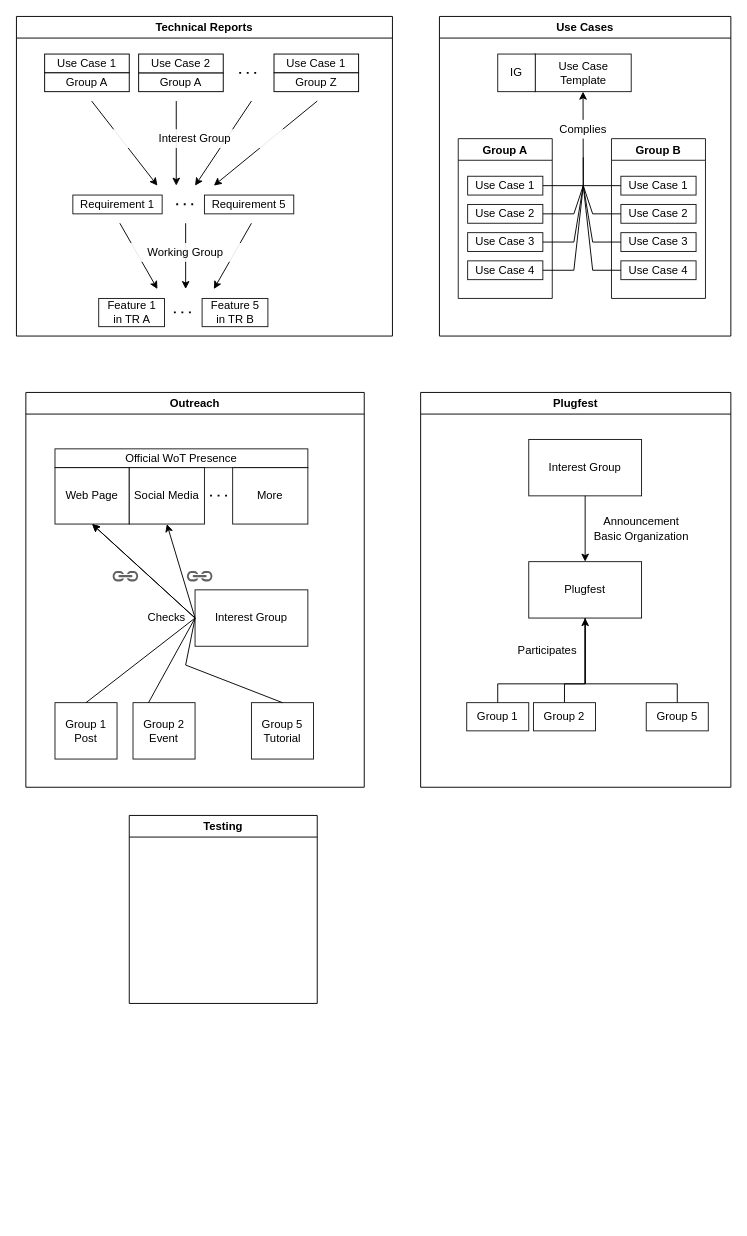
Before: images/wot-groups-relationship.drawio in w3c/wot-charter-drafts, a draw.io diagram. Source tidied: cells renumbered, new cells numbered last; positions are measured from the earlier drawing's top-left corner, leaving out a move shared by most shapes. Both pictures are drawn from the tidied source at 94%, with x=0, y=0 at pixel (16, 16).
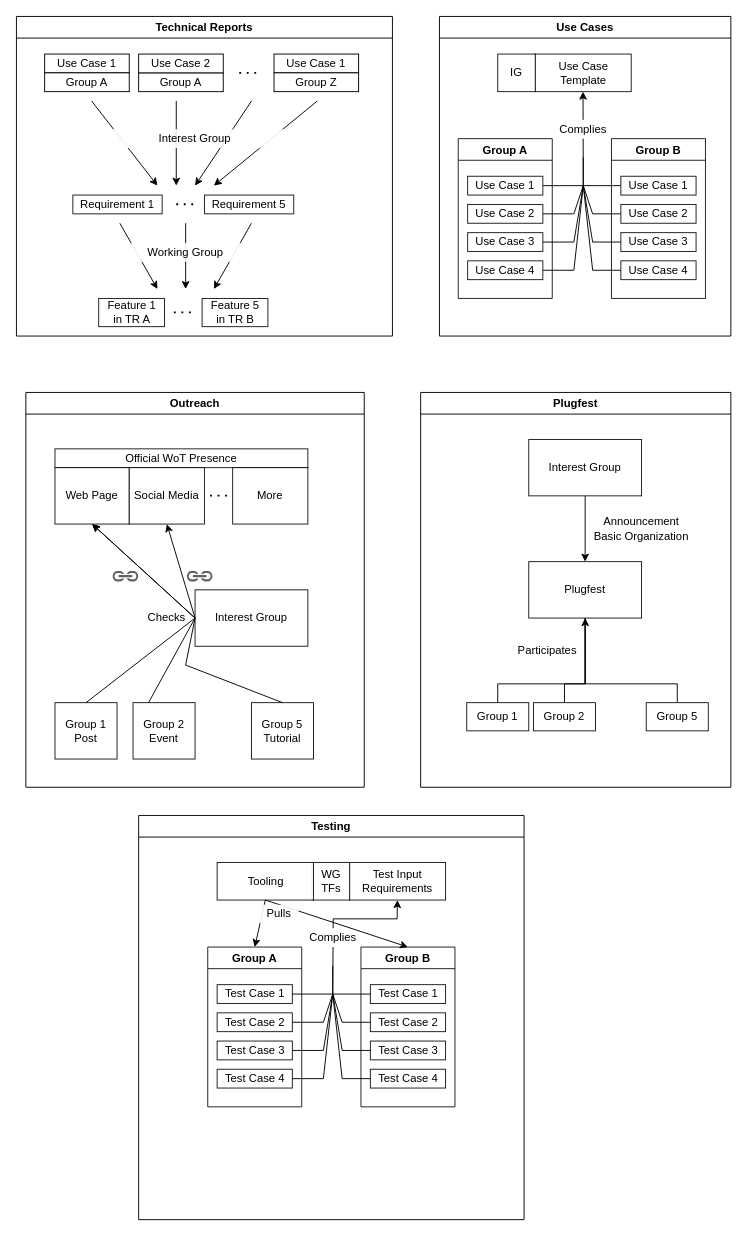
After the change.

Commit message (it also covers changes not shown here):
update image to include testing

Change to the diagram source:
```diff
@@
     <mxCell id="80" value="Testing" style="swimlane;" parent="1" vertex="1">
-      <mxGeometry x="120" y="850" width="200" height="200" as="geometry" />
+      <mxGeometry x="130" y="850" width="410" height="430" as="geometry" />
     </mxCell>
+    <mxCell id="81" style="group;" parent="80" vertex="1">
+      <mxGeometry x="184.5" y="50" width="142" height="40" as="geometry" />
+    </mxCell>
+    <mxCell id="82" value="Test Input Requirements" style="rounded=0;whiteSpace=wrap;html=1;opacity=90;" parent="81" vertex="1">
+      <mxGeometry x="39.5" width="102.5" height="40" as="geometry" />
+    </mxCell>
+    <mxCell id="83" value="WG&lt;br&gt;TFs" style="rounded=0;whiteSpace=wrap;html=1;opacity=90;" parent="81" vertex="1">
+      <mxGeometry width="40" height="40" as="geometry" />
+    </mxCell>
+    <mxCell id="84" value="Test Case 1" style="rounded=0;whiteSpace=wrap;html=1;opacity=90;" parent="80" vertex="1">
+      <mxGeometry x="83.5" y="180" width="80" height="20" as="geometry" />
+    </mxCell>
+    <mxCell id="85" style="endArrow=classic;html=1;rounded=0;exitX=1;exitY=0.5;exitDx=0;exitDy=0;entryX=0.5;entryY=1;entryDx=0;entryDy=0;" parent="80" edge="1" source="84" target="82">
+      <mxGeometry relative="1" as="geometry">
+        <Array as="points">
+          <mxPoint x="206.5" y="190" />
+          <mxPoint x="207" y="110" />
+          <mxPoint x="275" y="110" />
+        </Array>
+      </mxGeometry>
+    </mxCell>
+    <mxCell id="86" value="Test&amp;nbsp;Case 2" style="rounded=0;whiteSpace=wrap;html=1;opacity=90;" parent="80" vertex="1">
+      <mxGeometry x="83.5" y="210" width="80" height="20" as="geometry" />
+    </mxCell>
+    <mxCell id="87" value="Test&amp;nbsp;Case 3" style="rounded=0;whiteSpace=wrap;html=1;opacity=90;" parent="80" vertex="1">
+      <mxGeometry x="83.5" y="240" width="80" height="20" as="geometry" />
+    </mxCell>
+    <mxCell id="88" value="Test&amp;nbsp;Case 4" style="rounded=0;whiteSpace=wrap;html=1;opacity=90;" parent="80" vertex="1">
+      <mxGeometry x="83.5" y="270" width="80" height="20" as="geometry" />
+    </mxCell>
+    <mxCell id="89" value="Group A" style="swimlane;opacity=90;" parent="80" vertex="1">
+      <mxGeometry x="73.5" y="140" width="100" height="170" as="geometry" />
+    </mxCell>
+    <mxCell id="90" style="endArrow=none;html=1;rounded=0;exitX=1;exitY=0.5;exitDx=0;exitDy=0;endFill=0;" parent="89" edge="1">
+      <mxGeometry relative="1" as="geometry">
+        <mxPoint x="90" y="80" as="sourcePoint" />
+        <mxPoint x="133" y="50" as="targetPoint" />
+        <Array as="points">
+          <mxPoint x="123" y="80" />
+        </Array>
+      </mxGeometry>
+    </mxCell>
+    <mxCell id="91" style="endArrow=none;html=1;rounded=0;exitX=1;exitY=0.5;exitDx=0;exitDy=0;endFill=0;" parent="80" edge="1">
+      <mxGeometry relative="1" as="geometry">
+        <mxPoint x="163.5" y="250" as="sourcePoint" />
+        <mxPoint x="206.5" y="190" as="targetPoint" />
+        <Array as="points">
+          <mxPoint x="196.5" y="250" />
+        </Array>
+      </mxGeometry>
+    </mxCell>
+    <mxCell id="92" style="endArrow=none;html=1;rounded=0;exitX=1;exitY=0.5;exitDx=0;exitDy=0;endFill=0;" parent="80" edge="1">
+      <mxGeometry relative="1" as="geometry">
+        <mxPoint x="163.5" y="280" as="sourcePoint" />
+        <mxPoint x="206.5" y="190" as="targetPoint" />
+        <Array as="points">
+          <mxPoint x="196.5" y="280" />
+        </Array>
+      </mxGeometry>
+    </mxCell>
+    <mxCell id="93" value="Complies" style="text;html=1;align=center;verticalAlign=middle;whiteSpace=wrap;rounded=0;fillColor=default;" parent="80" vertex="1">
+      <mxGeometry x="176.5" y="120" width="60" height="20" as="geometry" />
+    </mxCell>
+    <mxCell id="94" value="Test&amp;nbsp;Case 1" style="rounded=0;whiteSpace=wrap;html=1;opacity=90;" parent="80" vertex="1">
+      <mxGeometry x="246.5" y="180" width="80" height="20" as="geometry" />
+    </mxCell>
+    <mxCell id="95" value="Test&amp;nbsp;Case 2" style="rounded=0;whiteSpace=wrap;html=1;opacity=90;" parent="80" vertex="1">
+      <mxGeometry x="246.5" y="210" width="80" height="20" as="geometry" />
+    </mxCell>
+    <mxCell id="96" value="Test&amp;nbsp;Case 3" style="rounded=0;whiteSpace=wrap;html=1;opacity=90;" parent="80" vertex="1">
+      <mxGeometry x="246.5" y="240" width="80" height="20" as="geometry" />
+    </mxCell>
+    <mxCell id="97" value="Test&amp;nbsp;Case 4" style="rounded=0;whiteSpace=wrap;html=1;opacity=90;" parent="80" vertex="1">
+      <mxGeometry x="246.5" y="270" width="80" height="20" as="geometry" />
+    </mxCell>
+    <mxCell id="98" value="Group B" style="swimlane;opacity=90;" parent="80" vertex="1">
+      <mxGeometry x="236.5" y="140" width="100" height="170" as="geometry" />
+    </mxCell>
+    <mxCell id="99" style="endArrow=none;html=1;rounded=0;exitX=1;exitY=0.5;exitDx=0;exitDy=0;endFill=0;" parent="98" edge="1">
+      <mxGeometry relative="1" as="geometry">
+        <mxPoint x="10" y="50" as="sourcePoint" />
+        <mxPoint x="-30" y="20" as="targetPoint" />
+        <Array as="points">
+          <mxPoint x="-30" y="50" />
+        </Array>
+      </mxGeometry>
+    </mxCell>
+    <mxCell id="100" style="endArrow=none;html=1;rounded=0;exitX=1;exitY=0.5;exitDx=0;exitDy=0;endFill=0;" parent="80" edge="1">
+      <mxGeometry relative="1" as="geometry">
+        <mxPoint x="246.5" y="220" as="sourcePoint" />
+        <mxPoint x="206.5" y="190" as="targetPoint" />
+        <Array as="points">
+          <mxPoint x="216.5" y="220" />
+        </Array>
+      </mxGeometry>
+    </mxCell>
+    <mxCell id="101" style="endArrow=none;html=1;rounded=0;exitX=1;exitY=0.5;exitDx=0;exitDy=0;endFill=0;" parent="80" edge="1">
+      <mxGeometry relative="1" as="geometry">
+        <mxPoint x="246.5" y="250" as="sourcePoint" />
+        <mxPoint x="206.5" y="190" as="targetPoint" />
+        <Array as="points">
+          <mxPoint x="216.5" y="250" />
+        </Array>
+      </mxGeometry>
+    </mxCell>
+    <mxCell id="102" style="endArrow=none;html=1;rounded=0;exitX=1;exitY=0.5;exitDx=0;exitDy=0;endFill=0;" parent="80" edge="1">
+      <mxGeometry relative="1" as="geometry">
+        <mxPoint x="246.5" y="280" as="sourcePoint" />
+        <mxPoint x="206.5" y="190" as="targetPoint" />
+        <Array as="points">
+          <mxPoint x="216.5" y="280" />
+        </Array>
+      </mxGeometry>
+    </mxCell>
+    <mxCell id="103" value="Tooling" style="rounded=0;whiteSpace=wrap;html=1;opacity=90;" parent="80" vertex="1">
+      <mxGeometry x="83.5" y="50" width="102.5" height="40" as="geometry" />
+    </mxCell>
+    <mxCell id="104" style="endArrow=classic;html=1;rounded=0;entryX=0.5;entryY=0;entryDx=0;entryDy=0;exitX=0.5;exitY=1;exitDx=0;exitDy=0;" parent="80" edge="1" source="103" target="89">
+      <mxGeometry relative="1" as="geometry" />
+    </mxCell>
+    <mxCell id="105" style="endArrow=classic;html=1;rounded=0;entryX=0.5;entryY=0;entryDx=0;entryDy=0;exitX=0.5;exitY=1;exitDx=0;exitDy=0;" parent="80" edge="1" source="103" target="98">
+      <mxGeometry relative="1" as="geometry" />
+    </mxCell>
+    <mxCell id="106" value="Pulls" style="text;html=1;align=center;verticalAlign=middle;whiteSpace=wrap;rounded=0;fillColor=default;opacity=90;" parent="80" vertex="1">
+      <mxGeometry x="129" y="95" width="41" height="20" as="geometry" />
+    </mxCell>
```
